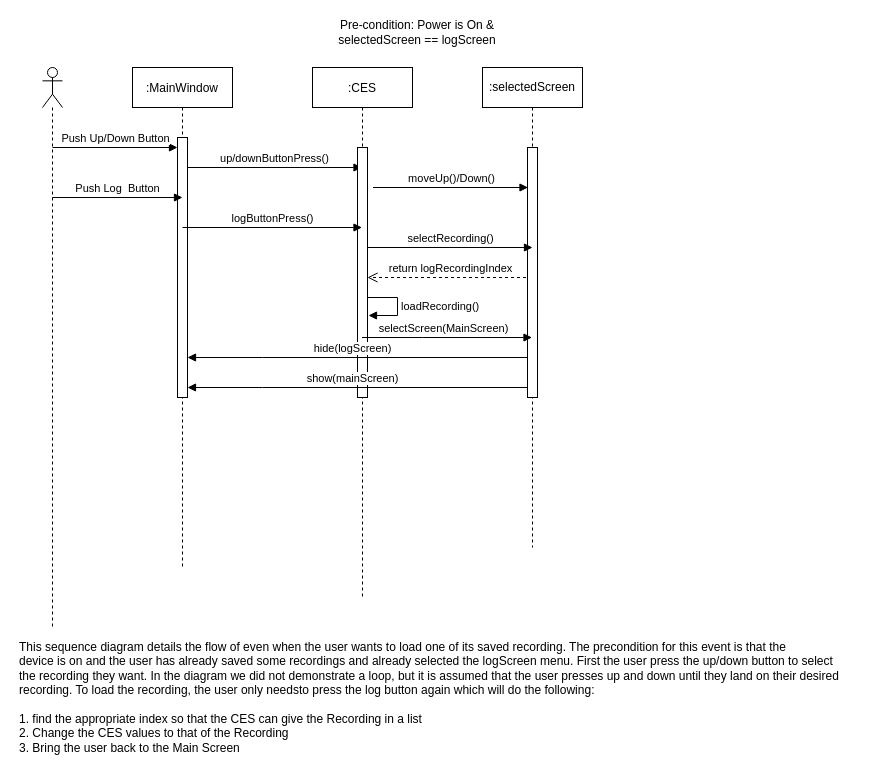
This is page "Page-3" (3 of 3) of Documentation/scenario.drawio from willwright1213/CESSimulator, a draw.io file, before an edit. Source tidied: cells renumbered, new cells numbered last; positions are measured from the earlier drawing's top-left corner, leaving out a move shared by most shapes. Both pictures are drawn from the tidied source at 100%, with x=0, y=0 at pixel (17, 17).
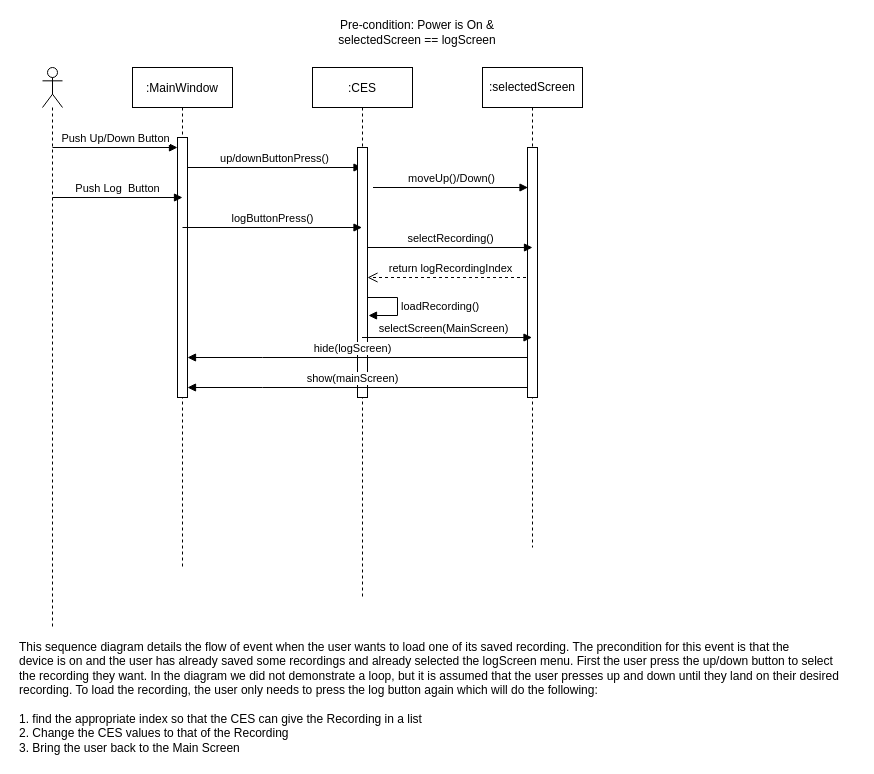
The same page after the edit.

Change to the diagram source:
```diff
@@
-    <mxCell id="21" value="This sequence diagram details the flow of even when the user wants to load one of its saved recording. The precondition for this event is that the&amp;nbsp;&lt;br&gt;device is on and the user has already saved some recordings and already selected the logScreen menu. First the user press the up/down button to select&lt;br&gt;the recording they want. In the diagram we did not demonstrate a loop, but it is assumed that the user presses up and down until they land on their desired&amp;nbsp;&lt;br&gt;recording. To load the recording, the user only needsto press the log button again which will do the following:&lt;br&gt;&lt;br&gt;1. find the appropriate index so that the CES can give the Recording in a list&lt;br&gt;2. Change the CES values to that of the Recording&lt;br&gt;3. Bring the user back to the Main Screen" style="text;html=1;align=left;verticalAlign=middle;" parent="1" vertex="1">
+    <mxCell id="21" value="This sequence diagram details the flow of event when the user wants to load one of its saved recording. The precondition for this event is that the&amp;nbsp;&lt;br&gt;device is on and the user has already saved some recordings and already selected the logScreen menu. First the user press the up/down button to select&lt;br&gt;the recording they want. In the diagram we did not demonstrate a loop, but it is assumed that the user presses up and down until they land on their desired&amp;nbsp;&lt;br&gt;recording. To load the recording, the user only needs to press the log button again which will do the following:&lt;br&gt;&lt;br&gt;1. find the appropriate index so that the CES can give the Recording in a list&lt;br&gt;2. Change the CES values to that of the Recording&lt;br&gt;3. Bring the user back to the Main Screen" style="text;html=1;align=left;verticalAlign=middle;" parent="1" vertex="1">
       <mxGeometry y="620" width="840" height="120" as="geometry" />
     </mxCell>
```
